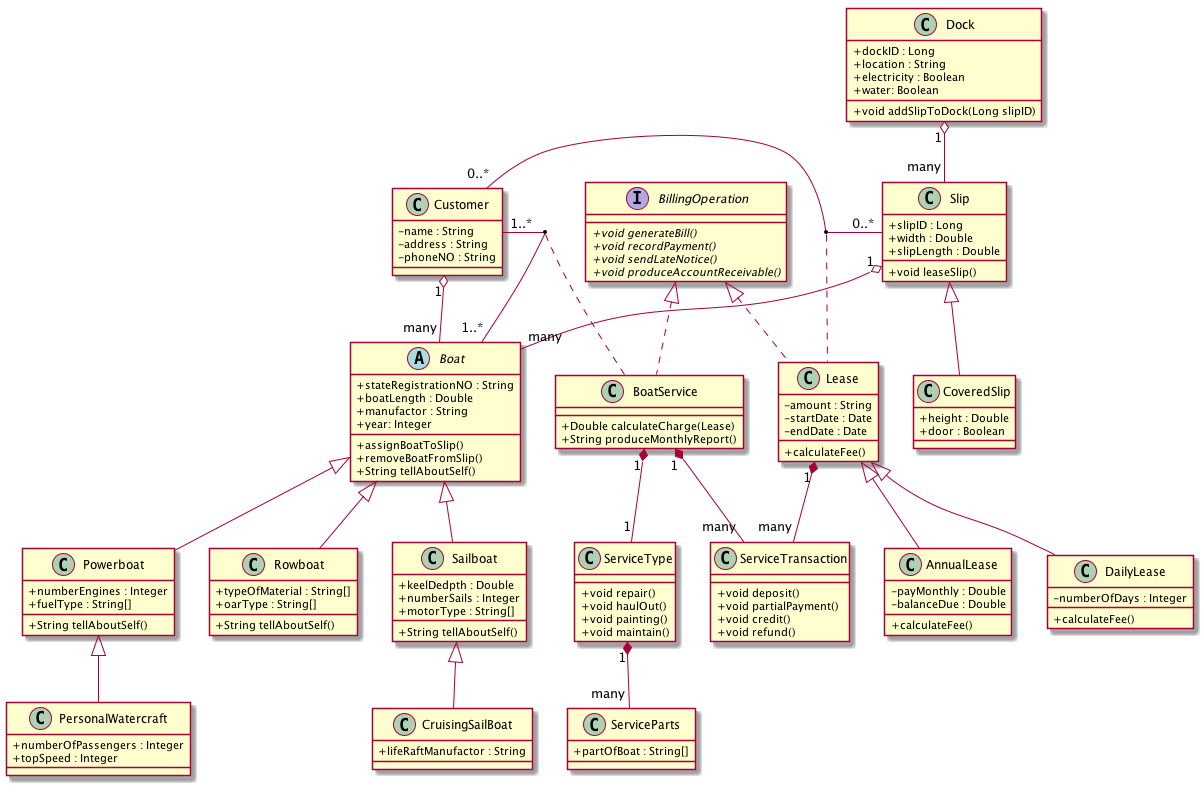
Above: Bradshaw Marina Case Study Class Diagram.png in Ying-LUO/Java2_Assignment2 (PlantUML), before the change.
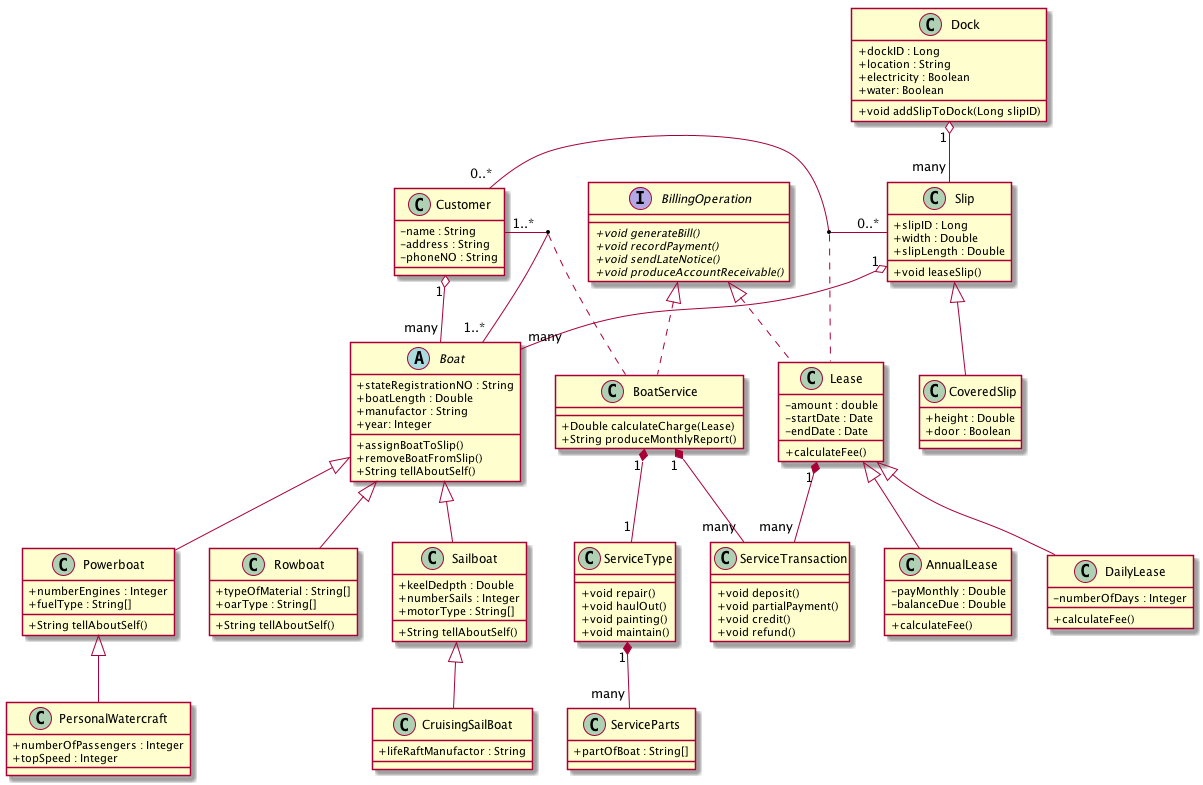
Later version of the same file.

Diff of the diagram source:
```diff
@@ -1,7 +1,7 @@
 @startuml Bradshaw Marina Case Study Class Diagram
 skinparam classAttributeIconSize 0
 abstract class Lease{
-    -amount : String
+    -amount : double
     -startDate : Date
     -endDate : Date
     +calculateFee()
```
